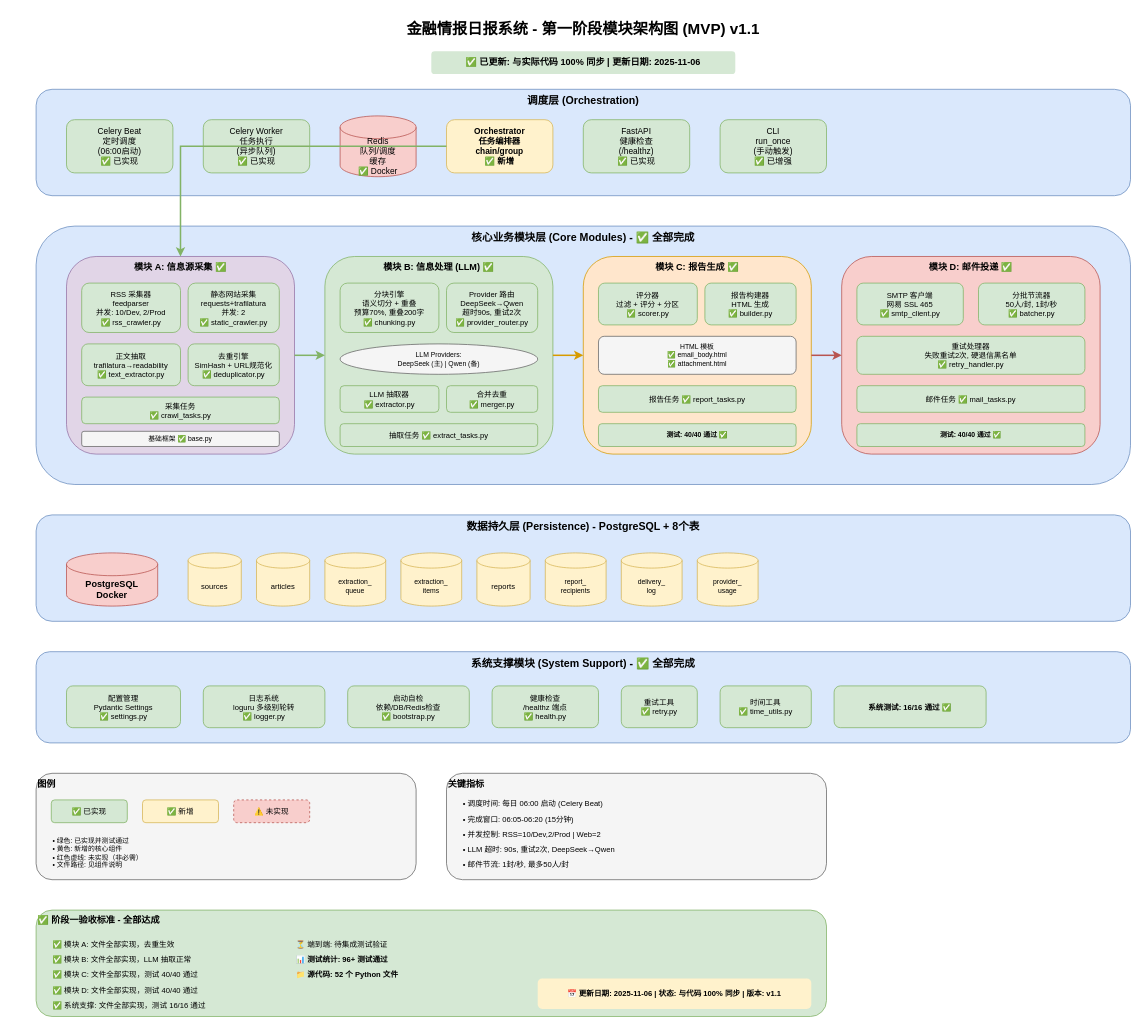
Above: docs/prase1/architecture-phase1.drawio in Adversit/financial_llm_daily (draw.io), before the change. Source tidied: cells renumbered, new cells numbered last; positions are measured from the earlier drawing's top-left corner, leaving out a move shared by most shapes. Both pictures are drawn from the tidied source at 76%, with x=0, y=0 at pixel (36, 13).
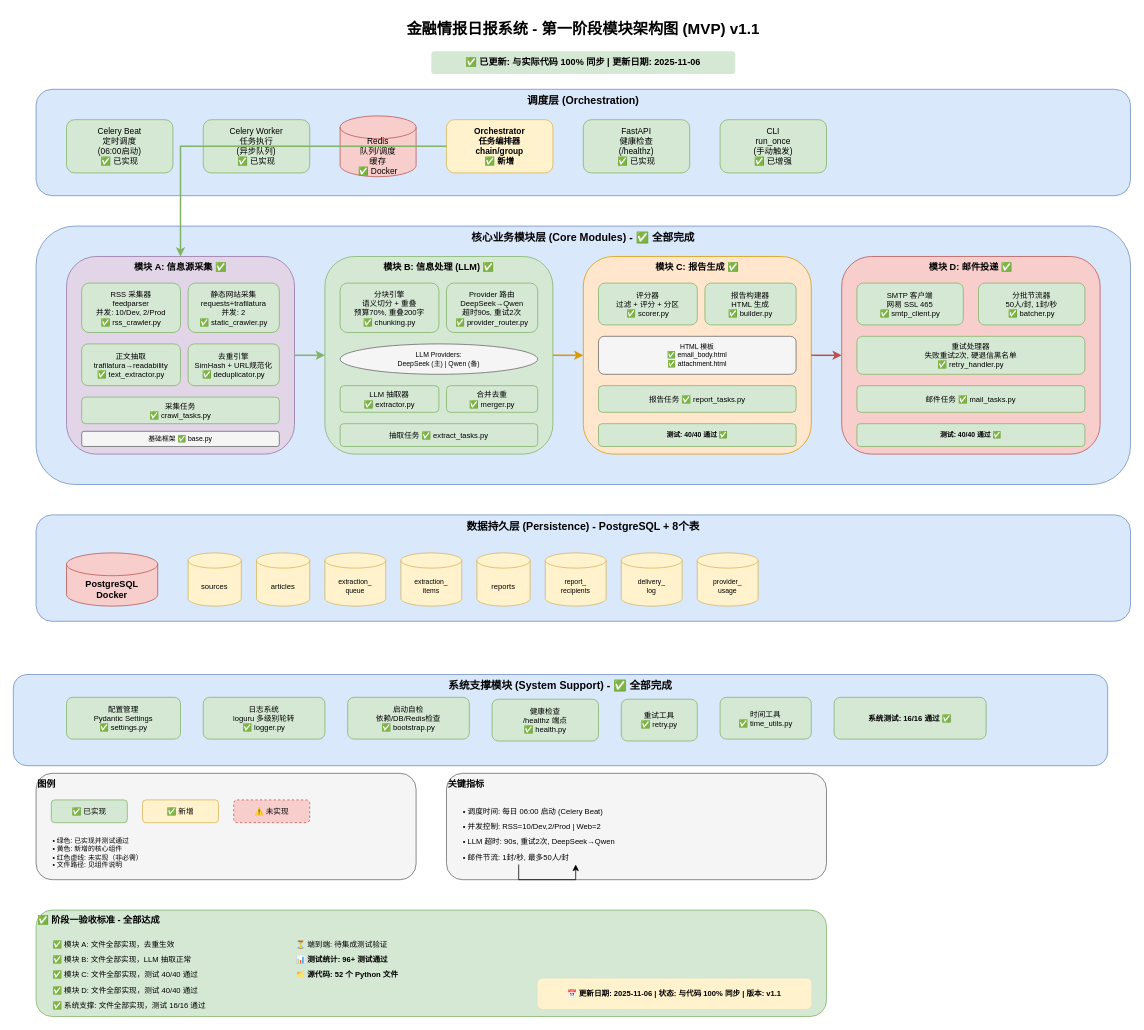
After the change.

The edit, as a diff of the source:
```diff
@@
     <mxCell id="48" value="系统支撑模块 (System Support) - ✅ 全部完成" style="rounded=1;whiteSpace=wrap;html=1;fontSize=14;fontStyle=1;fillColor=#dae8fc;strokeColor=#6c8ebf;verticalAlign=top;" parent="1" vertex="1">
-      <mxGeometry y="840" width="1440" height="120" as="geometry" />
+      <mxGeometry x="-30" y="870" width="1440" height="120" as="geometry" />
     </mxCell>
     <mxCell id="49" value="配置管理&#10;Pydantic Settings&#10;✅ settings.py" style="rounded=1;whiteSpace=wrap;html=1;fontSize=10;fillColor=#d5e8d4;strokeColor=#82b366;" parent="1" vertex="1">
-      <mxGeometry x="40" y="885" width="150" height="55" as="geometry" />
+      <mxGeometry x="40" y="900" width="150" height="55" as="geometry" />
     </mxCell>
     <mxCell id="50" value="日志系统&#10;loguru 多级别轮转&#10;✅ logger.py" style="rounded=1;whiteSpace=wrap;html=1;fontSize=10;fillColor=#d5e8d4;strokeColor=#82b366;" parent="1" vertex="1">
-      <mxGeometry x="220" y="885" width="160" height="55" as="geometry" />
+      <mxGeometry x="220" y="900" width="160" height="55" as="geometry" />
     </mxCell>
     <mxCell id="51" value="启动自检&#10;依赖/DB/Redis检查&#10;✅ bootstrap.py" style="rounded=1;whiteSpace=wrap;html=1;fontSize=10;fillColor=#d5e8d4;strokeColor=#82b366;" parent="1" vertex="1">
-      <mxGeometry x="410" y="885" width="160" height="55" as="geometry" />
+      <mxGeometry x="410" y="900" width="160" height="55" as="geometry" />
     </mxCell>
     <mxCell id="52" value="健康检查&#10;/healthz 端点&#10;✅ health.py" style="rounded=1;whiteSpace=wrap;html=1;fontSize=10;fillColor=#d5e8d4;strokeColor=#82b366;" parent="1" vertex="1">
-      <mxGeometry x="600" y="885" width="140" height="55" as="geometry" />
+      <mxGeometry x="600" y="902.5" width="140" height="55" as="geometry" />
     </mxCell>
     <mxCell id="53" value="重试工具&#10;✅ retry.py" style="rounded=1;whiteSpace=wrap;html=1;fontSize=10;fillColor=#d5e8d4;strokeColor=#82b366;" parent="1" vertex="1">
-      <mxGeometry x="770" y="885" width="100" height="55" as="geometry" />
+      <mxGeometry x="770" y="902.5" width="100" height="55" as="geometry" />
     </mxCell>
     <mxCell id="54" value="时间工具&#10;✅ time_utils.py" style="rounded=1;whiteSpace=wrap;html=1;fontSize=10;fillColor=#d5e8d4;strokeColor=#82b366;" parent="1" vertex="1">
-      <mxGeometry x="900" y="885" width="120" height="55" as="geometry" />
+      <mxGeometry x="900" y="900" width="120" height="55" as="geometry" />
     </mxCell>
     <mxCell id="55" value="系统测试: 16/16 通过 ✅" style="rounded=1;whiteSpace=wrap;html=1;fontSize=10;fillColor=#d5e8d4;strokeColor=#82b366;fontStyle=1;" parent="1" vertex="1">
-      <mxGeometry x="1050" y="885" width="200" height="55" as="geometry" />
+      <mxGeometry x="1050" y="900" width="200" height="55" as="geometry" />
     </mxCell>
@@
     <mxCell id="66" value="• 调度时间: 每日 06:00 启动 (Celery Beat)" style="text;html=1;strokeColor=none;fillColor=none;align=left;verticalAlign=middle;whiteSpace=wrap;rounded=0;fontSize=10;" parent="1" vertex="1">
-      <mxGeometry x="560" y="1030" width="300" height="20" as="geometry" />
+      <mxGeometry x="560" y="1040" width="300" height="20" as="geometry" />
     </mxCell>
-    <mxCell id="67" value="• 完成窗口: 06:05-06:20 (15分钟)" style="text;html=1;strokeColor=none;fillColor=none;align=left;verticalAlign=middle;whiteSpace=wrap;rounded=0;fontSize=10;" parent="1" vertex="1">
-      <mxGeometry x="560" y="1050" width="300" height="20" as="geometry" />
-    </mxCell>
     <mxCell id="68" value="• 并发控制: RSS=10/Dev,2/Prod | Web=2" style="text;html=1;strokeColor=none;fillColor=none;align=left;verticalAlign=middle;whiteSpace=wrap;rounded=0;fontSize=10;" parent="1" vertex="1">
-      <mxGeometry x="560" y="1070" width="300" height="20" as="geometry" />
+      <mxGeometry x="560" y="1060" width="300" height="20" as="geometry" />
     </mxCell>
     <mxCell id="69" value="• LLM 超时: 90s, 重试2次, DeepSeek→Qwen" style="text;html=1;strokeColor=none;fillColor=none;align=left;verticalAlign=middle;whiteSpace=wrap;rounded=0;fontSize=10;" parent="1" vertex="1">
-      <mxGeometry x="560" y="1090" width="300" height="20" as="geometry" />
+      <mxGeometry x="560" y="1080" width="300" height="20" as="geometry" />
     </mxCell>
     <mxCell id="70" value="• 邮件节流: 1封/秒, 最多50人/封" style="text;html=1;strokeColor=none;fillColor=none;align=left;verticalAlign=middle;whiteSpace=wrap;rounded=0;fontSize=10;" parent="1" vertex="1">
-      <mxGeometry x="560" y="1110" width="300" height="20" as="geometry" />
+      <mxGeometry x="560" y="1100" width="300" height="20" as="geometry" />
     </mxCell>
@@
+    <mxCell id="81" style="edgeStyle=orthogonalEdgeStyle;rounded=0;orthogonalLoop=1;jettySize=auto;html=1;exitX=0.25;exitY=1;exitDx=0;exitDy=0;" parent="1" edge="1" source="70" target="70">
+      <mxGeometry relative="1" as="geometry" />
+    </mxCell>
```
